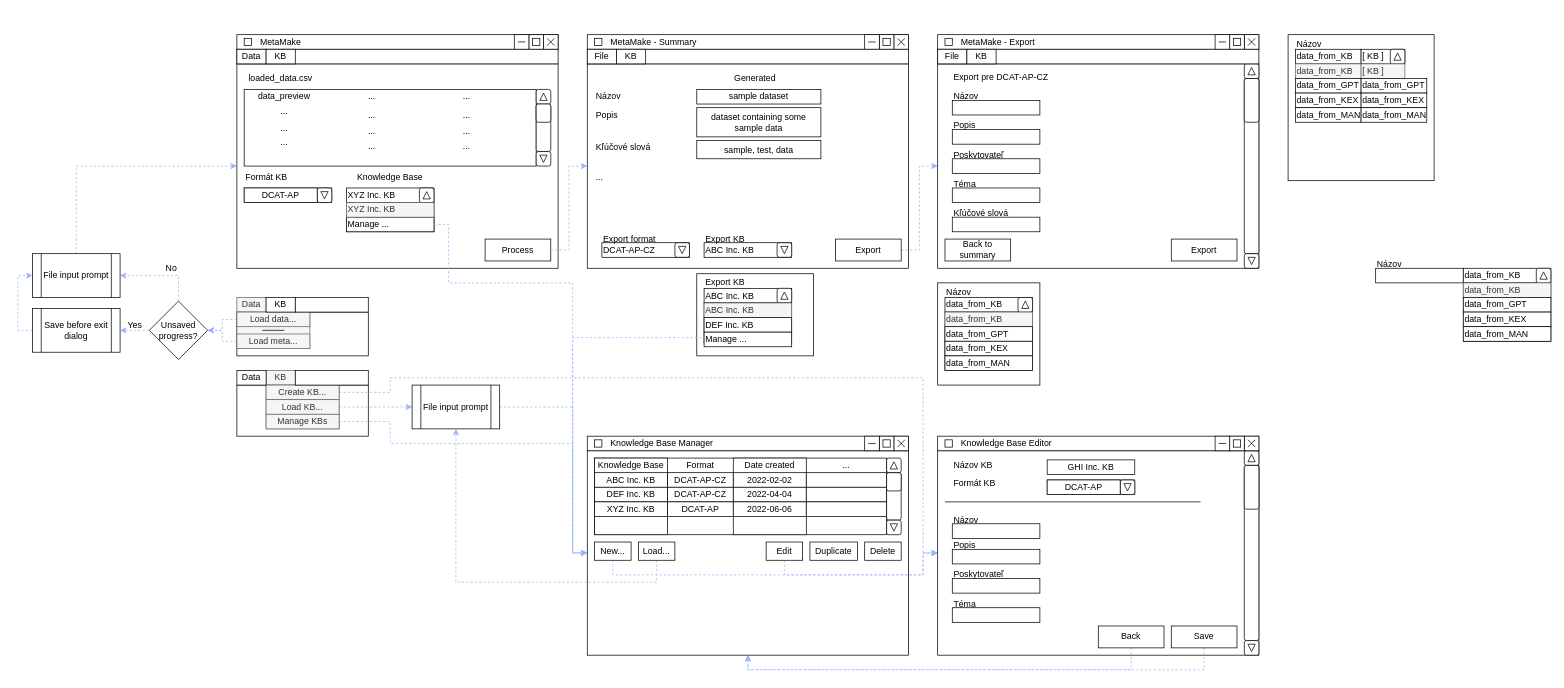
The draw.io diagram page "UI Sketch" (2 of 5) of MetaMake.drawio in SaNuelson/MetaMake, before the edit. Source tidied: cells renumbered, new cells numbered last; positions are measured from the earlier drawing's top-left corner, leaving out a move shared by most shapes. Both pictures are drawn from the tidied source at 73%, with x=0, y=0 at pixel (32, 12).
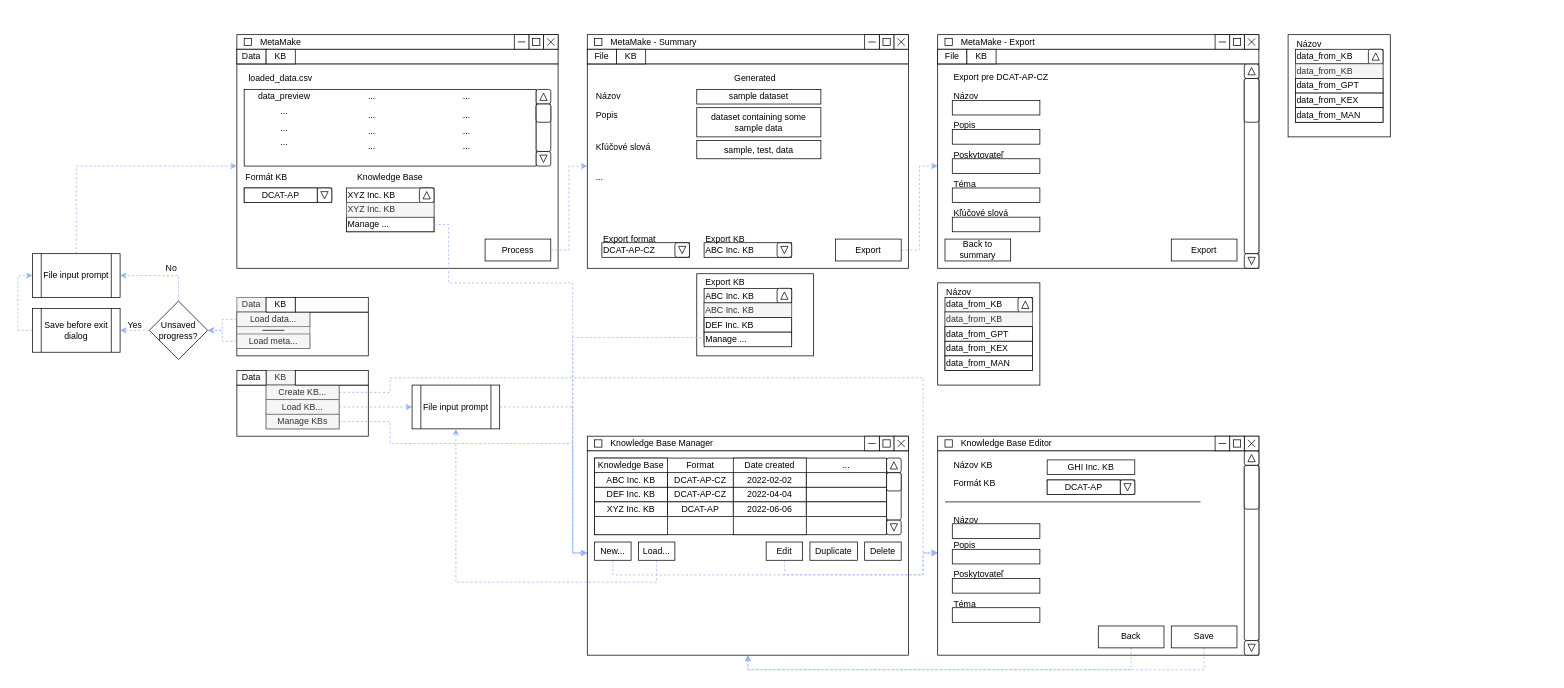
Above is the later version.

Diff of the diagram source:
```diff
@@
     <mxCell id="250" style="rounded=0;whiteSpace=wrap;html=1;" parent="1" vertex="1">
-      <mxGeometry x="1720" y="30" width="200" height="200" as="geometry" />
+      <mxGeometry x="1720" y="30" width="140" height="140" as="geometry" />
     </mxCell>
     <mxCell id="251" value="data_from_KB" style="rounded=0;whiteSpace=wrap;html=1;align=left;" parent="1" vertex="1">
-      <mxGeometry x="1730" y="50" width="90" height="20" as="geometry" />
+      <mxGeometry x="1730" y="50" width="120" height="20" as="geometry" />
     </mxCell>
@@
+    <mxCell id="275" style="rounded=0;whiteSpace=wrap;html=1;" parent="1" vertex="1">
+      <mxGeometry x="1730" y="70" width="120" height="80" as="geometry" />
+    </mxCell>
+    <mxCell id="259" style="rounded=1;whiteSpace=wrap;html=1;" parent="1" vertex="1">
+      <mxGeometry x="1830" y="50" width="20" height="20" as="geometry" />
+    </mxCell>
+    <mxCell id="260" style="triangle;whiteSpace=wrap;html=1;rotation=-90;" parent="1" vertex="1">
+      <mxGeometry x="1835" y="55" width="10" height="10" as="geometry" />
+    </mxCell>
     <mxCell id="253" value="data_from_KB" style="rounded=0;whiteSpace=wrap;html=1;align=left;fillColor=#f5f5f5;strokeColor=#666666;fontColor=#333333;" parent="1" vertex="1">
-      <mxGeometry x="1730" y="70" width="90" height="20" as="geometry" />
+      <mxGeometry x="1730" y="70" width="120" height="20" as="geometry" />
     </mxCell>
     <mxCell id="254" value="data_from_GPT" style="rounded=0;whiteSpace=wrap;html=1;align=left;" parent="1" vertex="1">
-      <mxGeometry x="1730" y="90" width="90" height="20" as="geometry" />
+      <mxGeometry x="1730" y="90" width="120" height="20" as="geometry" />
     </mxCell>
     <mxCell id="255" value="data_from_KEX" style="rounded=0;whiteSpace=wrap;html=1;align=left;" parent="1" vertex="1">
-      <mxGeometry x="1730" y="110" width="90" height="20" as="geometry" />
+      <mxGeometry x="1730" y="110" width="120" height="20" as="geometry" />
     </mxCell>
-    <mxCell id="256" value="[ KB ]" style="rounded=0;whiteSpace=wrap;html=1;align=left;" parent="1" vertex="1">
-      <mxGeometry x="1820" y="50" width="60" height="20" as="geometry" />
-    </mxCell>
     <mxCell id="257" value="data_from_MAN" style="rounded=0;whiteSpace=wrap;html=1;align=left;" parent="1" vertex="1">
-      <mxGeometry x="1730" y="130" width="90" height="20" as="geometry" />
+      <mxGeometry x="1730" y="130" width="120" height="20" as="geometry" />
     </mxCell>
-    <mxCell id="258" style="group;" parent="1" vertex="1">
-      <mxGeometry x="1860" y="50" width="20" height="20" as="geometry" />
-    </mxCell>
-    <mxCell id="259" style="rounded=1;whiteSpace=wrap;html=1;" parent="258" vertex="1">
-      <mxGeometry width="20" height="20" as="geometry" />
-    </mxCell>
-    <mxCell id="260" style="triangle;whiteSpace=wrap;html=1;rotation=-90;" parent="258" vertex="1">
-      <mxGeometry x="5" y="5" width="10" height="10" as="geometry" />
-    </mxCell>
-    <mxCell id="261" value="[ KB ]" style="rounded=0;whiteSpace=wrap;html=1;align=left;fillColor=#f5f5f5;strokeColor=#666666;fontColor=#333333;" parent="1" vertex="1">
-      <mxGeometry x="1820" y="70" width="60" height="20" as="geometry" />
-    </mxCell>
-    <mxCell id="262" value="data_from_GPT" style="rounded=0;whiteSpace=wrap;html=1;align=left;" parent="1" vertex="1">
-      <mxGeometry x="1820" y="90" width="90" height="20" as="geometry" />
-    </mxCell>
-    <mxCell id="263" value="data_from_KEX" style="rounded=0;whiteSpace=wrap;html=1;align=left;" parent="1" vertex="1">
-      <mxGeometry x="1820" y="110" width="90" height="20" as="geometry" />
-    </mxCell>
-    <mxCell id="264" value="data_from_MAN" style="rounded=0;whiteSpace=wrap;html=1;align=left;" parent="1" vertex="1">
-      <mxGeometry x="1820" y="130" width="90" height="20" as="geometry" />
-    </mxCell>
-    <mxCell id="265" style="rounded=0;whiteSpace=wrap;html=1;" parent="1" vertex="1">
-      <mxGeometry x="1840" y="350" width="120" height="20" as="geometry" />
-    </mxCell>
-    <mxCell id="266" value="Názov" style="text;html=1;strokeColor=none;fillColor=none;align=left;verticalAlign=middle;whiteSpace=wrap;rounded=0;" parent="1" vertex="1">
-      <mxGeometry x="1840" y="330" width="120" height="30" as="geometry" />
-    </mxCell>
-    <mxCell id="267" value="data_from_KB" style="rounded=0;whiteSpace=wrap;html=1;align=left;" parent="1" vertex="1">
-      <mxGeometry x="1960" y="350" width="120" height="20" as="geometry" />
-    </mxCell>
-    <mxCell id="268" style="rounded=0;whiteSpace=wrap;html=1;" parent="1" vertex="1">
-      <mxGeometry x="1960" y="370" width="120" height="80" as="geometry" />
-    </mxCell>
-    <mxCell id="269" style="rounded=1;whiteSpace=wrap;html=1;" parent="1" vertex="1">
-      <mxGeometry x="2060" y="350" width="20" height="20" as="geometry" />
-    </mxCell>
-    <mxCell id="270" style="triangle;whiteSpace=wrap;html=1;rotation=-90;" parent="1" vertex="1">
-      <mxGeometry x="2065" y="355" width="10" height="10" as="geometry" />
-    </mxCell>
-    <mxCell id="271" value="data_from_KB" style="rounded=0;whiteSpace=wrap;html=1;align=left;fillColor=#f5f5f5;strokeColor=#666666;fontColor=#333333;" parent="1" vertex="1">
-      <mxGeometry x="1960" y="370" width="120" height="20" as="geometry" />
-    </mxCell>
-    <mxCell id="272" value="data_from_GPT" style="rounded=0;whiteSpace=wrap;html=1;align=left;" parent="1" vertex="1">
-      <mxGeometry x="1960" y="390" width="120" height="20" as="geometry" />
-    </mxCell>
-    <mxCell id="273" value="data_from_KEX" style="rounded=0;whiteSpace=wrap;html=1;align=left;" parent="1" vertex="1">
-      <mxGeometry x="1960" y="410" width="120" height="20" as="geometry" />
-    </mxCell>
-    <mxCell id="274" value="data_from_MAN" style="rounded=0;whiteSpace=wrap;html=1;align=left;" parent="1" vertex="1">
-      <mxGeometry x="1960" y="430" width="120" height="20" as="geometry" />
-    </mxCell>
```
